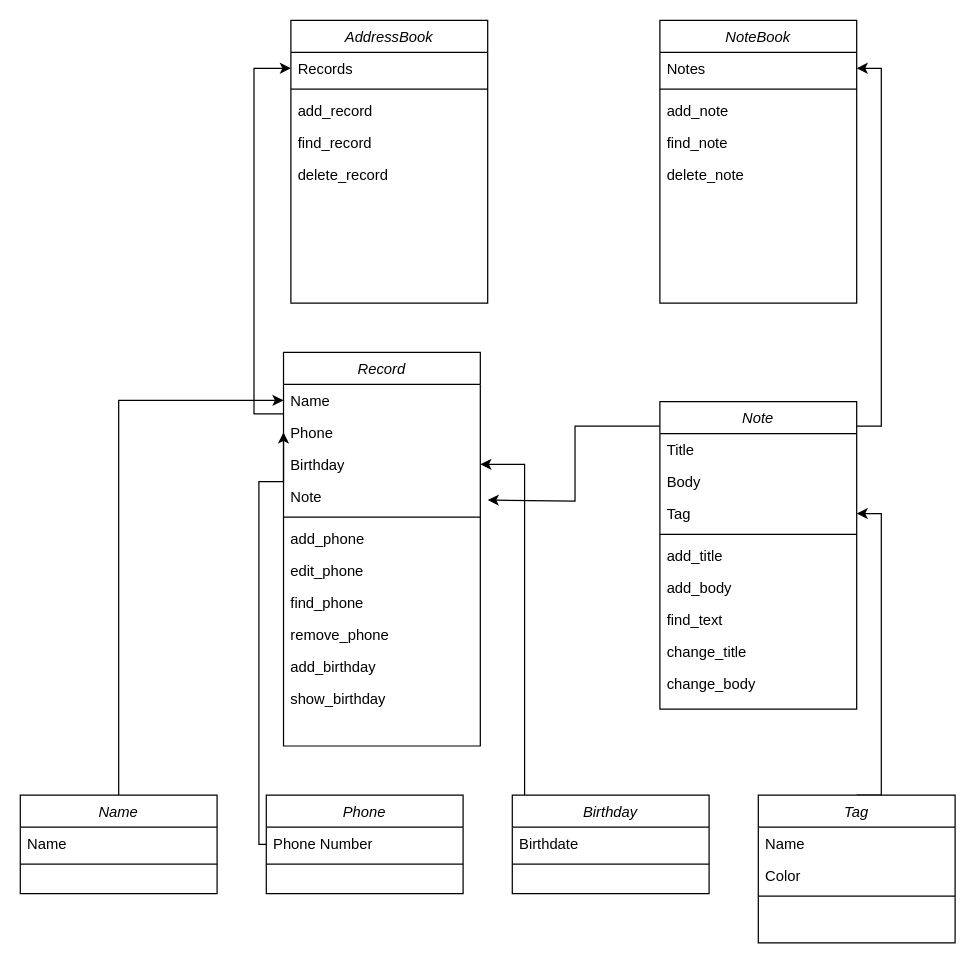
Before: Untitled Diagram.drawio in any-nick/hw-08-public, a draw.io diagram. Source tidied: cells renumbered, new cells numbered last; positions are measured from the earlier drawing's top-left corner, leaving out a move shared by most shapes. Both pictures are drawn from the tidied source at 123%, with x=0, y=0 at pixel (20, 20).
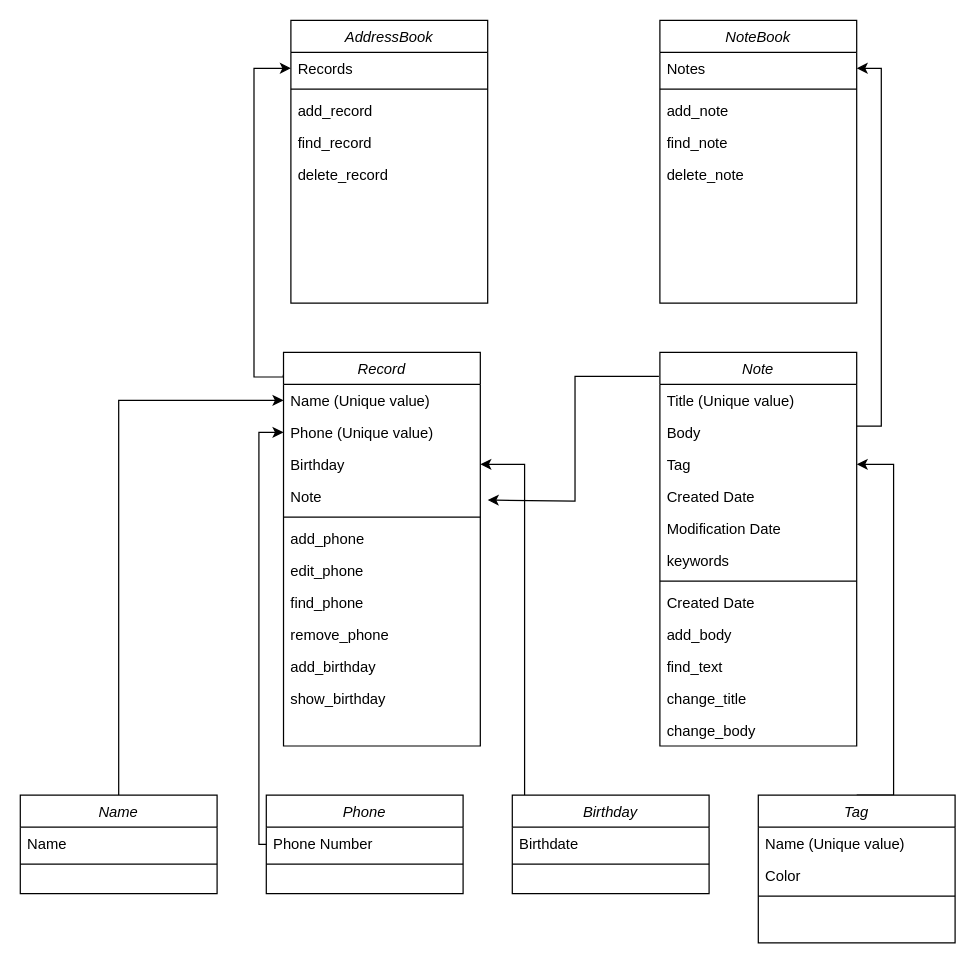
The same page after the edit.

Unchanged cells that the change refers to:
```xml
<mxCell id="7" value="Phone" style="swimlane;fontStyle=2;align=center;verticalAlign=top;horizontal=1;startSize=26;rounded=0;shadow=0;strokeWidth=1;" parent="1" vertex="1">
  <mxGeometry x="200" y="630" width="160" height="80" as="geometry" />
</mxCell>
<mxCell id="15" value="Record" style="swimlane;fontStyle=2;align=center;verticalAlign=top;horizontal=1;startSize=26;rounded=0;shadow=0;strokeWidth=1;" parent="1" vertex="1">
  <mxGeometry x="214" y="270" width="160" height="320" as="geometry" />
</mxCell>
<mxCell id="28" value="Records" style="text;align=left;verticalAlign=top;spacingLeft=4;spacingRight=4;overflow=hidden;points=[[0,0.5],[1,0.5]];portConstraint=eastwest;" parent="27" vertex="1">
  <mxGeometry y="26" width="160" height="26" as="geometry" />
</mxCell>
<mxCell id="38" value="Tag" style="text;align=left;verticalAlign=top;spacingLeft=4;spacingRight=4;overflow=hidden;points=[[0,0.5],[1,0.5]];portConstraint=eastwest;" parent="35" vertex="1">
  <mxGeometry y="78" width="160" height="26" as="geometry" />
</mxCell>
<mxCell id="45" value="Tag" style="swimlane;fontStyle=2;align=center;verticalAlign=top;horizontal=1;startSize=26;rounded=0;shadow=0;strokeWidth=1;" parent="1" vertex="1">
  <mxGeometry x="600" y="630" width="160" height="120" as="geometry" />
</mxCell>
```

The edit, as a diff of the source:
```diff
@@
     <mxCell id="6" style="edgeStyle=orthogonalEdgeStyle;rounded=0;jettySize=auto;html=1;entryX=0;entryY=0.5;entryDx=0;entryDy=0;" parent="1" edge="1" source="7" target="17">
       <mxGeometry relative="1" as="geometry">
         <Array as="points">
           <mxPoint x="194" y="670" />
-          <mxPoint x="194" y="375" />
+          <mxPoint x="194" y="335" />
         </Array>
       </mxGeometry>
     </mxCell>
@@
-    <mxCell id="14" style="edgeStyle=orthogonalEdgeStyle;rounded=0;jettySize=auto;html=1;entryX=0;entryY=0.5;entryDx=0;entryDy=0;" parent="1" edge="1" source="15" target="28">
+    <mxCell id="14" style="edgeStyle=orthogonalEdgeStyle;rounded=0;jettySize=auto;html=1;entryX=0;entryY=0.5;entryDx=0;entryDy=0;exitX=-0.001;exitY=0.057;exitDx=0;exitDy=0;exitPerimeter=0;" parent="1" edge="1" source="15" target="28">
       <mxGeometry relative="1" as="geometry">
         <Array as="points">
-          <mxPoint x="190" y="320" />
+          <mxPoint x="214" y="290" />
+          <mxPoint x="190" y="290" />
           <mxPoint x="190" y="39" />
         </Array>
       </mxGeometry>
     </mxCell>
@@
-    <mxCell id="16" value="Name" style="text;align=left;verticalAlign=top;spacingLeft=4;spacingRight=4;overflow=hidden;points=[[0,0.5],[1,0.5]];portConstraint=eastwest;" parent="15" vertex="1">
+    <mxCell id="16" value="Name (Unique value)" style="text;align=left;verticalAlign=top;spacingLeft=4;spacingRight=4;overflow=hidden;points=[[0,0.5],[1,0.5]];portConstraint=eastwest;" parent="15" vertex="1">
       <mxGeometry y="26" width="160" height="26" as="geometry" />
     </mxCell>
-    <mxCell id="17" value="Phone" style="text;align=left;verticalAlign=top;spacingLeft=4;spacingRight=4;overflow=hidden;points=[[0,0.5],[1,0.5]];portConstraint=eastwest;rounded=0;shadow=0;html=0;" parent="15" vertex="1">
+    <mxCell id="17" value="Phone (Unique value)" style="text;align=left;verticalAlign=top;spacingLeft=4;spacingRight=4;overflow=hidden;points=[[0,0.5],[1,0.5]];portConstraint=eastwest;rounded=0;shadow=0;html=0;" parent="15" vertex="1">
       <mxGeometry y="52" width="160" height="26" as="geometry" />
     </mxCell>
@@
-    <mxCell id="33" style="edgeStyle=orthogonalEdgeStyle;rounded=0;jettySize=auto;html=1;" parent="1" edge="1" source="35">
+    <mxCell id="33" style="edgeStyle=orthogonalEdgeStyle;rounded=0;jettySize=auto;html=1;exitX=-0.005;exitY=0.061;exitDx=0;exitDy=0;exitPerimeter=0;" parent="1" edge="1" source="35">
       <mxGeometry relative="1" as="geometry">
         <mxPoint x="380" y="390" as="targetPoint" />
         <Array as="points">
-          <mxPoint x="451" y="330" />
+          <mxPoint x="451" y="289" />
           <mxPoint x="451" y="391" />
+          <mxPoint x="380" y="391" />
         </Array>
       </mxGeometry>
     </mxCell>
@@
     <mxCell id="35" value="Note" style="swimlane;fontStyle=2;align=center;verticalAlign=top;horizontal=1;startSize=26;rounded=0;shadow=0;strokeWidth=1;" parent="1" vertex="1">
-      <mxGeometry x="520" y="310" width="160" height="250" as="geometry" />
+      <mxGeometry x="520" y="270" width="160" height="320" as="geometry" />
     </mxCell>
-    <mxCell id="36" value="Title" style="text;align=left;verticalAlign=top;spacingLeft=4;spacingRight=4;overflow=hidden;" parent="35" vertex="1">
+    <mxCell id="36" value="Title (Unique value)" style="text;align=left;verticalAlign=top;spacingLeft=4;spacingRight=4;overflow=hidden;" parent="35" vertex="1">
       <mxGeometry y="26" width="160" height="26" as="geometry" />
     </mxCell>
@@
+    <mxCell id="56" value="Created Date" style="text;align=left;verticalAlign=top;spacingLeft=4;spacingRight=4;overflow=hidden;" parent="35" vertex="1">
+      <mxGeometry y="104" width="160" height="26" as="geometry" />
+    </mxCell>
+    <mxCell id="40" value="Modification Date" style="text;align=left;verticalAlign=top;spacingLeft=4;spacingRight=4;overflow=hidden;" parent="35" vertex="1">
+      <mxGeometry y="130" width="160" height="26" as="geometry" />
+    </mxCell>
+    <mxCell id="57" value="keywords" style="text;align=left;verticalAlign=top;spacingLeft=4;spacingRight=4;overflow=hidden;" parent="35" vertex="1">
+      <mxGeometry y="156" width="160" height="26" as="geometry" />
+    </mxCell>
     <mxCell id="39" style="line;html=1;strokeWidth=1;align=left;verticalAlign=middle;spacingTop=-1;spacingLeft=3;spacingRight=3;labelPosition=right;" parent="35" vertex="1">
-      <mxGeometry y="104" width="160" height="8" as="geometry" />
+      <mxGeometry y="182" width="160" height="8" as="geometry" />
     </mxCell>
-    <mxCell id="40" value="add_title&#10;" style="text;align=left;verticalAlign=top;spacingLeft=4;spacingRight=4;overflow=hidden;" parent="35" vertex="1">
-      <mxGeometry y="112" width="160" height="26" as="geometry" />
-    </mxCell>
+    <mxCell id="58" value="Created Date" style="text;align=left;verticalAlign=top;spacingLeft=4;spacingRight=4;overflow=hidden;" parent="35" vertex="1">
+      <mxGeometry y="190" width="160" height="26" as="geometry" />
+    </mxCell>
     <mxCell id="41" value="add_body" style="text;align=left;verticalAlign=top;spacingLeft=4;spacingRight=4;overflow=hidden;" parent="35" vertex="1">
-      <mxGeometry y="138" width="160" height="26" as="geometry" />
+      <mxGeometry y="216" width="160" height="26" as="geometry" />
     </mxCell>
     <mxCell id="42" value="find_text" style="text;align=left;verticalAlign=top;spacingLeft=4;spacingRight=4;overflow=hidden;" parent="35" vertex="1">
-      <mxGeometry y="164" width="160" height="26" as="geometry" />
+      <mxGeometry y="242" width="160" height="26" as="geometry" />
     </mxCell>
     <mxCell id="43" value="change_title" style="text;align=left;verticalAlign=top;spacingLeft=4;spacingRight=4;overflow=hidden;" parent="35" vertex="1">
-      <mxGeometry y="190" width="160" height="26" as="geometry" />
+      <mxGeometry y="268" width="160" height="26" as="geometry" />
     </mxCell>
+    <mxCell id="49" value="change_body" style="text;align=left;verticalAlign=top;spacingLeft=4;spacingRight=4;overflow=hidden;" parent="35" vertex="1">
+      <mxGeometry y="294" width="160" height="26" as="geometry" />
+    </mxCell>
     <mxCell id="44" style="edgeStyle=orthogonalEdgeStyle;rounded=0;jettySize=auto;html=1;exitX=0.5;exitY=0;exitDx=0;exitDy=0;entryX=1;entryY=0.5;entryDx=0;entryDy=0;" parent="1" edge="1" source="45" target="38">
       <mxGeometry relative="1" as="geometry">
         <Array as="points">
-          <mxPoint x="700" y="630" />
-          <mxPoint x="700" y="401" />
+          <mxPoint x="710" y="630" />
+          <mxPoint x="710" y="361" />
         </Array>
       </mxGeometry>
     </mxCell>
@@
-    <mxCell id="46" value="Name" style="text;align=left;verticalAlign=top;spacingLeft=4;spacingRight=4;overflow=hidden;" parent="45" vertex="1">
+    <mxCell id="46" value="Name (Unique value)" style="text;align=left;verticalAlign=top;spacingLeft=4;spacingRight=4;overflow=hidden;" parent="45" vertex="1">
       <mxGeometry y="26" width="160" height="26" as="geometry" />
     </mxCell>
@@
-    <mxCell id="49" value="change_body" style="text;align=left;verticalAlign=top;spacingLeft=4;spacingRight=4;overflow=hidden;" parent="1" vertex="1">
-      <mxGeometry x="520" y="526" width="160" height="26" as="geometry" />
-    </mxCell>
```
